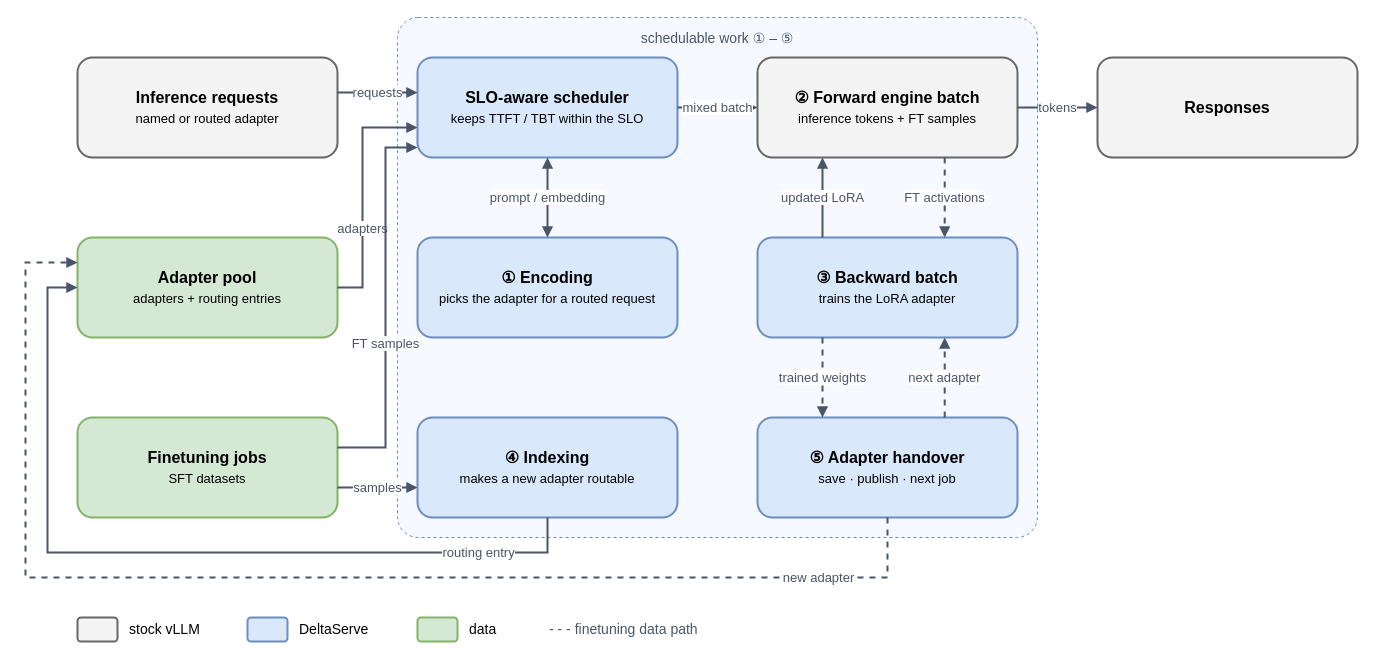
Earlier version of the draw.io diagram page "scheduling-overview" (4 of 10) of docs/figures/scheduling/all-scheduling-diagrams.drawio (852866031/DeltaServe-vLLM). Source tidied: cells renumbered, new cells numbered last; positions are measured from the earlier drawing's top-left corner, leaving out a move shared by most shapes. Both pictures are drawn from the tidied source at 100%, with x=0, y=0 at pixel (25, 17).
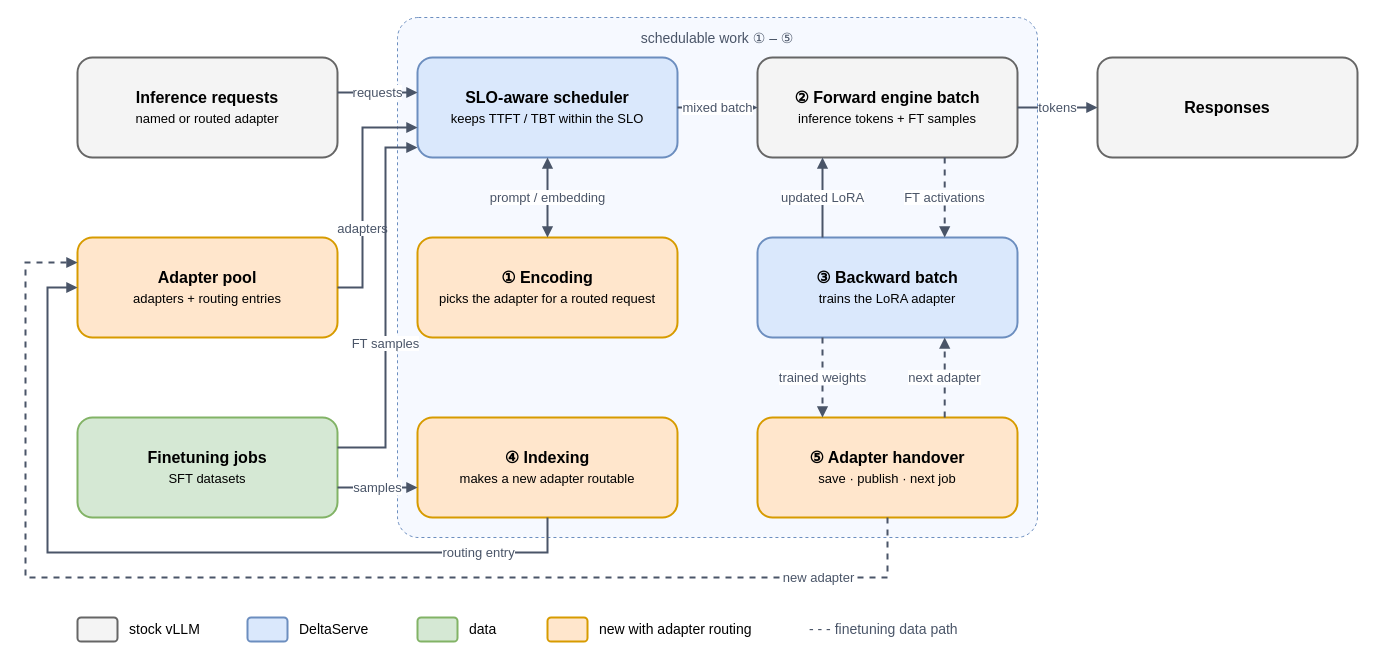
Above is the later version.

Commit message (it also covers changes not shown here):
docs: scheduling figures — saved FT activations box, new components highlighted, indexing/handover decisions inside the scheduler

What changed in the source:
```diff
@@
-    <mxCell id="4" value="&lt;b&gt;Adapter pool&lt;/b&gt;&lt;br&gt;&lt;font style=&quot;font-size:13px&quot;&gt;adapters + routing entries&lt;/font&gt;" style="rounded=1;whiteSpace=wrap;html=1;fontSize=16;fillColor=#D5E8D4;strokeColor=#82B366;strokeWidth=2;" parent="1" vertex="1">
+    <mxCell id="4" value="&lt;b&gt;Adapter pool&lt;/b&gt;&lt;br&gt;&lt;font style=&quot;font-size:13px&quot;&gt;adapters + routing entries&lt;/font&gt;" style="rounded=1;whiteSpace=wrap;html=1;fontSize=16;fillColor=#FFE6CC;strokeColor=#D79B00;strokeWidth=2;" parent="1" vertex="1">
       <mxGeometry x="52" y="220" width="260" height="100" as="geometry" />
     </mxCell>
@@
-    <mxCell id="9" value="&lt;b&gt;① Encoding&lt;/b&gt;&lt;br&gt;&lt;font style=&quot;font-size:13px&quot;&gt;picks the adapter for a routed request&lt;/font&gt;" style="rounded=1;whiteSpace=wrap;html=1;fontSize=16;fillColor=#DAE8FC;strokeColor=#6C8EBF;strokeWidth=2;" parent="1" vertex="1">
+    <mxCell id="9" value="&lt;b&gt;① Encoding&lt;/b&gt;&lt;br&gt;&lt;font style=&quot;font-size:13px&quot;&gt;picks the adapter for a routed request&lt;/font&gt;" style="rounded=1;whiteSpace=wrap;html=1;fontSize=16;fillColor=#FFE6CC;strokeColor=#D79B00;strokeWidth=2;" parent="1" vertex="1">
       <mxGeometry x="392" y="220" width="260" height="100" as="geometry" />
     </mxCell>
@@
-    <mxCell id="11" value="&lt;b&gt;④ Indexing&lt;/b&gt;&lt;br&gt;&lt;font style=&quot;font-size:13px&quot;&gt;makes a new adapter routable&lt;/font&gt;" style="rounded=1;whiteSpace=wrap;html=1;fontSize=16;fillColor=#DAE8FC;strokeColor=#6C8EBF;strokeWidth=2;" parent="1" vertex="1">
+    <mxCell id="11" value="&lt;b&gt;④ Indexing&lt;/b&gt;&lt;br&gt;&lt;font style=&quot;font-size:13px&quot;&gt;makes a new adapter routable&lt;/font&gt;" style="rounded=1;whiteSpace=wrap;html=1;fontSize=16;fillColor=#FFE6CC;strokeColor=#D79B00;strokeWidth=2;" parent="1" vertex="1">
       <mxGeometry x="392" y="400" width="260" height="100" as="geometry" />
     </mxCell>
-    <mxCell id="12" value="&lt;b&gt;⑤ Adapter handover&lt;/b&gt;&lt;br&gt;&lt;font style=&quot;font-size:13px&quot;&gt;save · publish · next job&lt;/font&gt;" style="rounded=1;whiteSpace=wrap;html=1;fontSize=16;fillColor=#DAE8FC;strokeColor=#6C8EBF;strokeWidth=2;" parent="1" vertex="1">
+    <mxCell id="12" value="&lt;b&gt;⑤ Adapter handover&lt;/b&gt;&lt;br&gt;&lt;font style=&quot;font-size:13px&quot;&gt;save · publish · next job&lt;/font&gt;" style="rounded=1;whiteSpace=wrap;html=1;fontSize=16;fillColor=#FFE6CC;strokeColor=#D79B00;strokeWidth=2;" parent="1" vertex="1">
       <mxGeometry x="732" y="400" width="260" height="100" as="geometry" />
     </mxCell>
@@
     <mxCell id="32" value="- - -  finetuning data path" style="text;html=1;fontSize=14;align=left;verticalAlign=middle;fontColor=#4A5568;" parent="1" vertex="1">
-      <mxGeometry x="522" y="597" width="220" height="30" as="geometry" />
+      <mxGeometry x="782" y="597" width="220" height="30" as="geometry" />
     </mxCell>
+    <mxCell id="33" style="rounded=1;html=1;fillColor=#FFE6CC;strokeColor=#D79B00;strokeWidth=2;" parent="1" vertex="1">
+      <mxGeometry x="522" y="600" width="40" height="24" as="geometry" />
+    </mxCell>
+    <mxCell id="34" value="new with adapter routing" style="text;html=1;fontSize=14;align=left;verticalAlign=middle;" parent="1" vertex="1">
+      <mxGeometry x="572" y="597" width="190" height="30" as="geometry" />
+    </mxCell>
```
